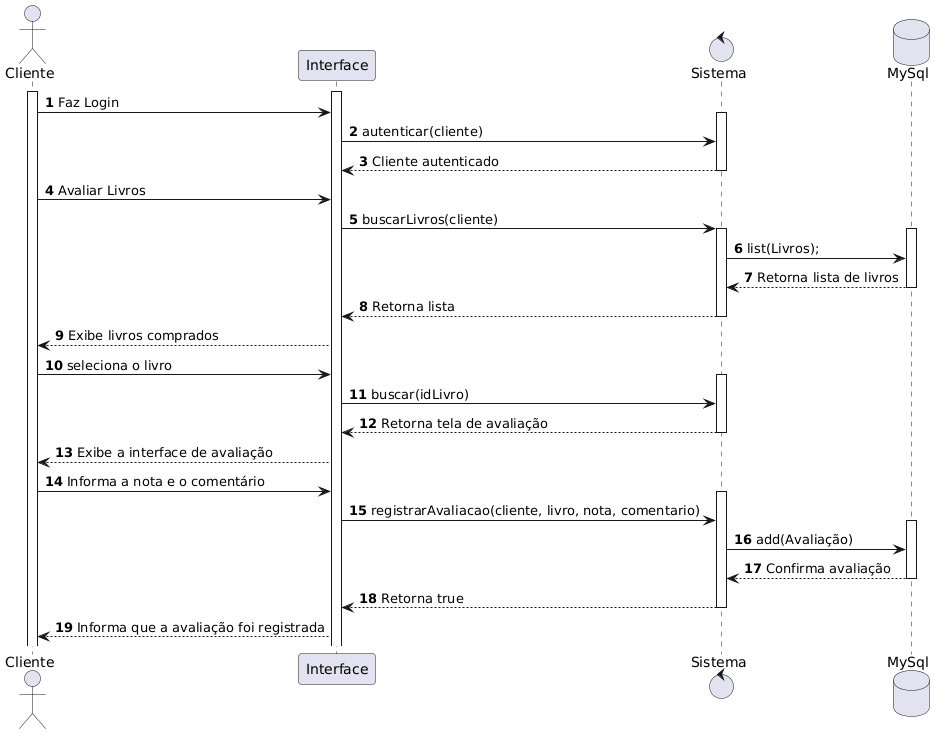
Gnunes27/Projeto-DSC keeps this PlantUML diagram as Documentação/Diagramas/Diagramas de Sequencia/UC2.png. Above is the earlier version.
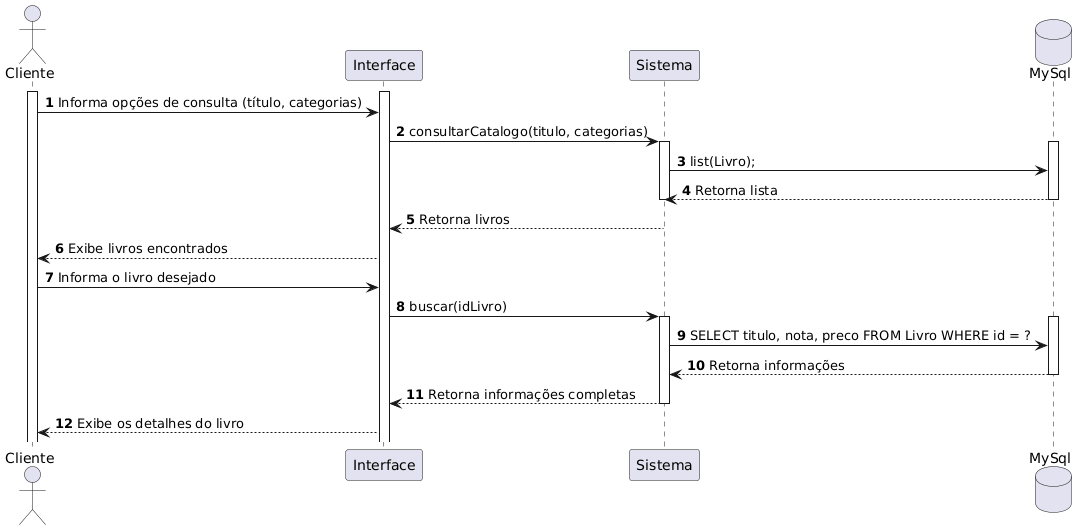
The same file after the commit.

What changed in the source:
```diff
@@ -3,47 +3,35 @@
 
 actor "Cliente" as Cliente
 participant "Interface" as Tela
-control "Sistema" as Sis
+participant "Sistema" as Sis
 database "MySql" as BD
 
 activate Cliente
 activate Tela
-Cliente -> Tela: Faz Login
-activate Sis
-Tela -> Sis: autenticar(cliente)
-Sis --> Tela: Cliente autenticado
-deactivate Sis
-
-Cliente -> Tela: Avaliar Livros
-Tela -> Sis: buscarLivros(cliente)
+Cliente -> Tela: Informa opções de consulta (título, categorias)
+Tela -> Sis: consultarCatalogo(titulo, categorias)
 activate Sis
 activate BD
-Sis -> BD: list(Livros);
-BD --> Sis: Retorna lista de livros
+
+Sis -> BD: list(Livro);
+BD --> Sis: Retorna lista
+
 deactivate BD
+deactivate Sis
+Sis --> Tela: Retorna livros
+Tela --> Cliente: Exibe livros encontrados
 
-Sis --> Tela: Retorna lista
-deactivate Sis
+Cliente -> Tela: Informa o livro desejado
+Tela -> Sis: buscar(idLivro)
+activate Sis
 
-Tela --> Cliente: Exibe livros comprados
-
-Cliente -> Tela: seleciona o livro
-activate Sis
-Tela -> Sis: buscar(idLivro)
-Sis --> Tela: Retorna tela de avaliação
-deactivate Sis
-Tela --> Cliente: Exibe a interface de avaliação
-
-Cliente -> Tela: Informa a nota e o comentário
-activate Sis
-Tela -> Sis: registrarAvaliacao(cliente, livro, nota, comentario)
 activate BD
-Sis -> BD: add(Avaliação)
-BD --> Sis: Confirma avaliação
+Sis -> BD: SELECT titulo, nota, preco FROM Livro WHERE id = ?
+BD --> Sis: Retorna informações
 deactivate BD
 
 
-Sis --> Tela: Retorna true
+Sis --> Tela: Retorna informações completas
 deactivate Sis
-Tela --> Cliente: Informa que a avaliação foi registrada
+Tela --> Cliente: Exibe os detalhes do livro
 @enduml
```
